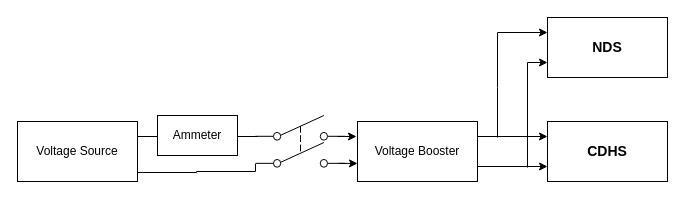
AnuragMTP/Figures-thesis keeps this draw.io diagram as Pow_m_m.drawio. Above is the earlier version. Source tidied: cells renumbered, new cells numbered last; positions are measured from the earlier drawing's top-left corner, leaving out a move shared by most shapes. Both pictures are drawn from the tidied source at 100%, with x=0, y=0 at pixel (17, 17).
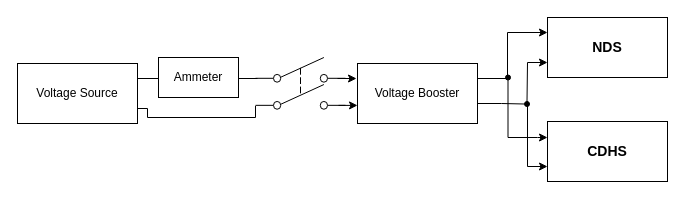
The same page after the edit.

The change refers to these unchanged cells:
```xml
<mxCell id="8" value="&lt;b&gt;&lt;font style=&quot;font-size: 14px;&quot;&gt;CDHS&lt;/font&gt;&lt;/b&gt;" style="rounded=0;whiteSpace=wrap;html=1;" parent="1" vertex="1">
  <mxGeometry x="530" y="104" width="120" height="60" as="geometry" />
</mxCell>
<mxCell id="10" value="&lt;b&gt;&lt;font style=&quot;font-size: 14px;&quot;&gt;NDS&lt;/font&gt;&lt;/b&gt;" style="rounded=0;whiteSpace=wrap;html=1;" parent="1" vertex="1">
  <mxGeometry x="530" width="120" height="60" as="geometry" />
</mxCell>
```

What changed in the source:
```diff
@@
-    <mxCell id="2" style="edgeStyle=orthogonalEdgeStyle;rounded=0;jettySize=auto;html=1;exitX=1;exitY=0.25;exitDx=0;exitDy=0;endArrow=none;endFill=0;entryX=0;entryY=0.93;entryDx=0;entryDy=0;entryPerimeter=0;" parent="1" edge="1" target="12">
+    <mxCell id="2" style="edgeStyle=orthogonalEdgeStyle;rounded=0;jettySize=auto;html=1;exitX=1;exitY=0.75;exitDx=0;exitDy=0;endArrow=none;endFill=0;entryX=0;entryY=0.93;entryDx=0;entryDy=0;entryPerimeter=0;" parent="1" edge="1" source="4" target="12">
       <mxGeometry relative="1" as="geometry">
-        <mxPoint x="120" y="155" as="sourcePoint" />
         <Array as="points">
-          <mxPoint x="179" y="155" />
-          <mxPoint x="238" y="154" />
+          <mxPoint x="130" y="91" />
+          <mxPoint x="130" y="100" />
+          <mxPoint x="238" y="100" />
         </Array>
       </mxGeometry>
     </mxCell>
     <mxCell id="3" style="edgeStyle=none;rounded=0;jettySize=auto;html=1;exitX=1;exitY=0.25;exitDx=0;exitDy=0;endArrow=none;endFill=0;" parent="1" edge="1" source="4">
       <mxGeometry relative="1" as="geometry">
-        <mxPoint x="240" y="119" as="targetPoint" />
+        <mxPoint x="240" y="61" as="targetPoint" />
       </mxGeometry>
     </mxCell>
     <mxCell id="4" value="Voltage Source" style="rounded=0;whiteSpace=wrap;html=1;" parent="1" vertex="1">
-      <mxGeometry y="104" width="120" height="60" as="geometry" />
+      <mxGeometry y="46" width="120" height="60" as="geometry" />
     </mxCell>
-    <mxCell id="5" style="rounded=0;jettySize=auto;html=1;exitX=1;exitY=0.25;exitDx=0;exitDy=0;entryX=0;entryY=0.25;entryDx=0;entryDy=0;startArrow=none;startFill=0;endArrow=classic;endFill=1;" parent="1" edge="1" source="7" target="8">
-      <mxGeometry relative="1" as="geometry" />
-    </mxCell>
-    <mxCell id="6" style="edgeStyle=none;rounded=0;jettySize=auto;html=1;exitX=1;exitY=0.75;exitDx=0;exitDy=0;entryX=0;entryY=0.75;entryDx=0;entryDy=0;startArrow=none;startFill=0;endArrow=classic;endFill=1;" parent="1" edge="1" source="7" target="8">
-      <mxGeometry relative="1" as="geometry" />
-    </mxCell>
+    <mxCell id="16" style="edgeStyle=elbowEdgeStyle;rounded=0;jettySize=auto;html=1;exitX=1;exitY=0.25;exitDx=0;exitDy=0;endArrow=classic;endFill=1;entryX=0;entryY=0.25;entryDx=0;entryDy=0;" parent="1" edge="1" source="7" target="10">
+      <mxGeometry relative="1" as="geometry">
+        <Array as="points">
+          <mxPoint x="490" y="40" />
+        </Array>
+      </mxGeometry>
+    </mxCell>
     <mxCell id="7" value="Voltage Booster" style="rounded=0;whiteSpace=wrap;html=1;" parent="1" vertex="1">
-      <mxGeometry x="340" y="104" width="120" height="60" as="geometry" />
+      <mxGeometry x="340" y="46" width="120" height="60" as="geometry" />
     </mxCell>
+    <mxCell id="17" style="edgeStyle=orthogonalEdgeStyle;rounded=0;jettySize=auto;html=1;exitX=0;exitY=0.75;exitDx=0;exitDy=0;endArrow=none;endFill=0;startArrow=classic;startFill=1;" parent="1" edge="1" source="8">
+      <mxGeometry relative="1" as="geometry">
+        <mxPoint x="510" y="86" as="targetPoint" />
+      </mxGeometry>
+    </mxCell>
@@
-    <mxCell id="9" style="edgeStyle=none;rounded=0;jettySize=auto;html=1;exitX=0;exitY=0.25;exitDx=0;exitDy=0;startArrow=classic;startFill=1;endArrow=none;endFill=0;" parent="1" edge="1" source="10">
-      <mxGeometry relative="1" as="geometry">
-        <mxPoint x="480" y="120" as="targetPoint" />
-        <Array as="points">
-          <mxPoint x="480" y="15" />
-          <mxPoint x="480" y="70" />
-        </Array>
-      </mxGeometry>
-    </mxCell>
@@
-    <mxCell id="11" style="edgeStyle=none;rounded=0;jettySize=auto;html=1;exitX=0;exitY=0.75;exitDx=0;exitDy=0;startArrow=classic;startFill=1;endArrow=none;endFill=0;" parent="1" edge="1" source="10">
-      <mxGeometry relative="1" as="geometry">
-        <mxPoint x="510" y="150" as="targetPoint" />
-        <Array as="points">
-          <mxPoint x="510" y="45" />
-        </Array>
-      </mxGeometry>
-    </mxCell>
     <mxCell id="12" style="verticalLabelPosition=bottom;shadow=0;dashed=0;align=center;html=1;verticalAlign=top;shape=mxgraph.electrical.electro-mechanical.dpst2;elSwitchState=off;points=[[0,0.39,0,0,0],[0,0.93,0,0,0],[1,0.39,0,0,0],[1,0.93,0,0,0]];" parent="1" vertex="1">
-      <mxGeometry x="238" y="98" width="90" height="52" as="geometry" />
+      <mxGeometry x="238" y="40" width="90" height="52" as="geometry" />
     </mxCell>
     <mxCell id="13" style="edgeStyle=none;rounded=0;orthogonalLoop=1;jettySize=auto;html=1;exitX=0;exitY=0.5;exitDx=0;exitDy=0;exitPerimeter=0;startArrow=none;startFill=0;endArrow=classic;endFill=1;" parent="1" edge="1">
       <mxGeometry relative="1" as="geometry">
-        <mxPoint x="320" y="119" as="sourcePoint" />
-        <mxPoint x="339" y="119" as="targetPoint" />
+        <mxPoint x="320" y="61" as="sourcePoint" />
+        <mxPoint x="339" y="61" as="targetPoint" />
       </mxGeometry>
     </mxCell>
     <mxCell id="14" style="edgeStyle=none;rounded=0;orthogonalLoop=1;jettySize=auto;html=1;exitX=0;exitY=0.5;exitDx=0;exitDy=0;exitPerimeter=0;startArrow=none;startFill=0;endArrow=classic;endFill=1;" parent="1" edge="1">
       <mxGeometry relative="1" as="geometry">
-        <mxPoint x="321" y="145.9" as="sourcePoint" />
-        <mxPoint x="340" y="145.9" as="targetPoint" />
+        <mxPoint x="321" y="87.9" as="sourcePoint" />
+        <mxPoint x="340" y="87.9" as="targetPoint" />
       </mxGeometry>
     </mxCell>
     <mxCell id="15" value="Ammeter" style="rounded=0;whiteSpace=wrap;html=1;" parent="1" vertex="1">
-      <mxGeometry x="140" y="98" width="80" height="40" as="geometry" />
+      <mxGeometry x="141" y="40" width="80" height="40" as="geometry" />
     </mxCell>
+    <mxCell id="18" style="edgeStyle=elbowEdgeStyle;rounded=0;orthogonalLoop=1;jettySize=auto;html=1;exitX=0.5;exitY=0;exitDx=0;exitDy=0;endArrow=classic;endFill=1;entryX=0;entryY=0.75;entryDx=0;entryDy=0;startArrow=none;" parent="1" edge="1">
+      <mxGeometry relative="1" as="geometry">
+        <mxPoint x="509.5" y="84" as="sourcePoint" />
+        <mxPoint x="530" y="45" as="targetPoint" />
+        <Array as="points">
+          <mxPoint x="510" y="70" />
+        </Array>
+      </mxGeometry>
+    </mxCell>
+    <mxCell id="19" style="edgeStyle=orthogonalEdgeStyle;rounded=0;orthogonalLoop=1;jettySize=auto;html=1;endArrow=none;endFill=0;startArrow=classic;startFill=1;entryX=0.5;entryY=1;entryDx=0;entryDy=0;" parent="1" edge="1">
+      <mxGeometry relative="1" as="geometry">
+        <mxPoint x="530" y="120" as="sourcePoint" />
+        <mxPoint x="490.5" y="62.5" as="targetPoint" />
+        <Array as="points">
+          <mxPoint x="520" y="120" />
+          <mxPoint x="520" y="120" />
+          <mxPoint x="490" y="120" />
+        </Array>
+      </mxGeometry>
+    </mxCell>
+    <mxCell id="20" style="edgeStyle=elbowEdgeStyle;rounded=0;jettySize=auto;html=1;exitX=1;exitY=0.25;exitDx=0;exitDy=0;endArrow=none;endFill=1;entryX=0;entryY=0.5;entryDx=0;entryDy=0;" parent="1" edge="1" target="22">
+      <mxGeometry relative="1" as="geometry">
+        <mxPoint x="460" y="86" as="sourcePoint" />
+      </mxGeometry>
+    </mxCell>
+    <mxCell id="21" style="ellipse;whiteSpace=wrap;html=1;fillColor=#000000;" parent="1" vertex="1">
+      <mxGeometry x="488" y="57.5" width="5" height="5" as="geometry" />
+    </mxCell>
+    <mxCell id="22" style="ellipse;whiteSpace=wrap;html=1;fillColor=#000000;" parent="1" vertex="1">
+      <mxGeometry x="507" y="84" width="5" height="5" as="geometry" />
+    </mxCell>
```
